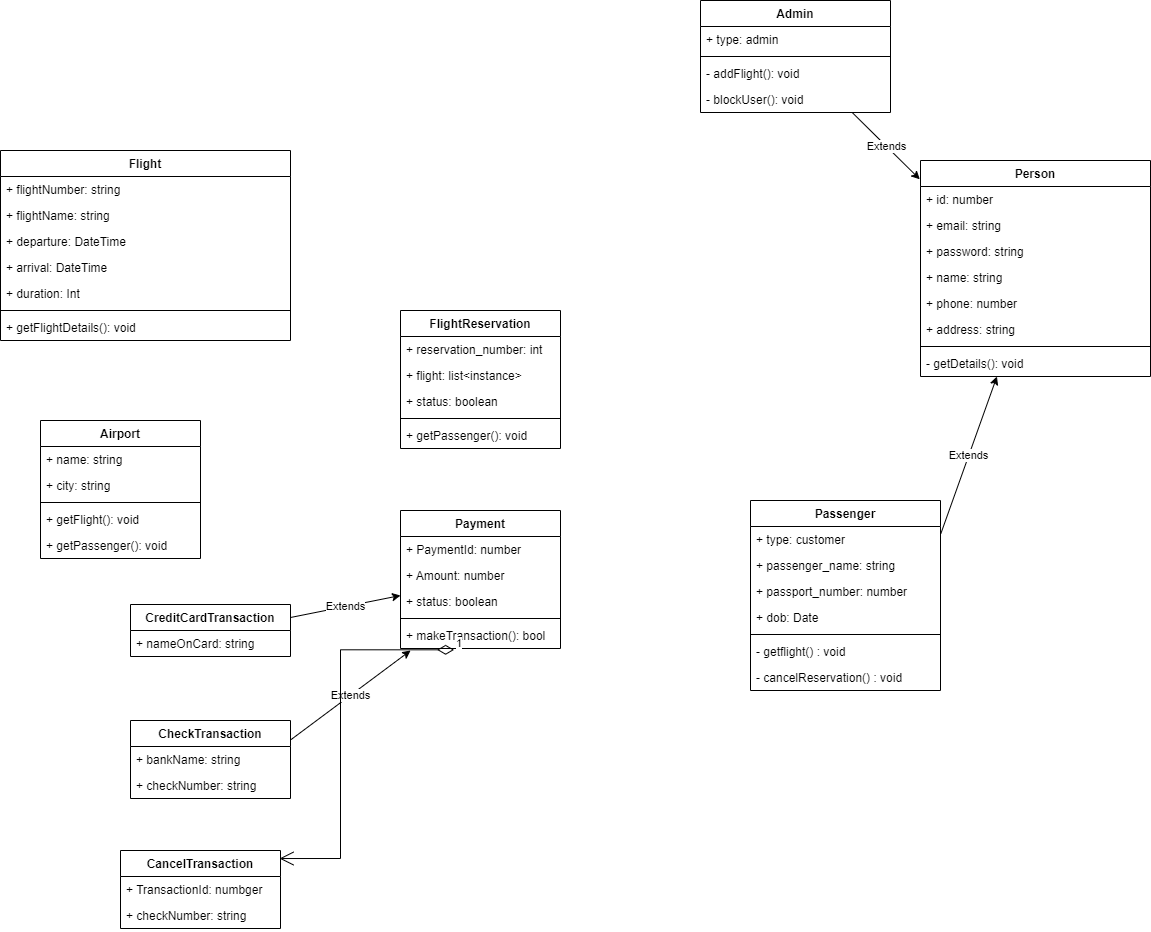
This is Java Core 11/AirlineReservationSystem.drawio.drawio.png from Ayu-Github07/Assignments, a draw.io export, as it was before one commit. Source tidied: cells renumbered, new cells last; positions are measured from the earlier drawing's top-left corner, leaving out a move shared by most shapes.
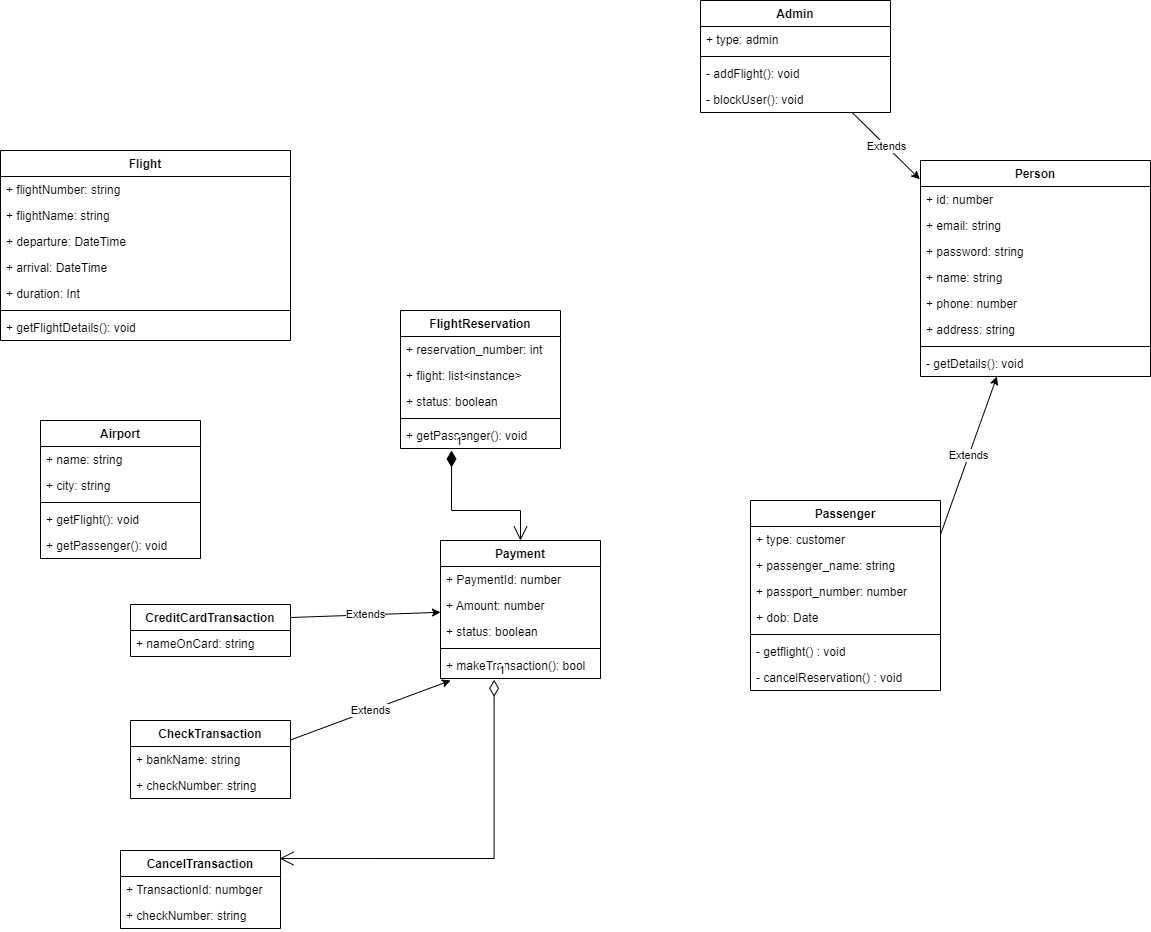
After the commit.

The edit, as a diff of the source:
```diff
@@ -135,7 +135,7 @@
       <mxGeometry y="112" width="160" height="26" as="geometry" />
     </mxCell>
     <mxCell id="46" value="Payment" style="swimlane;fontStyle=1;align=center;verticalAlign=top;horizontal=1;startSize=26;" parent="1" vertex="1">
-      <mxGeometry x="400" y="510" width="160" height="138" as="geometry" />
+      <mxGeometry x="440" y="540" width="160" height="138" as="geometry" />
     </mxCell>
     <mxCell id="47" value="+ PaymentId: number" style="text;strokeColor=none;fillColor=none;align=left;verticalAlign=top;spacingLeft=4;spacingRight=4;overflow=hidden;" parent="46" vertex="1">
       <mxGeometry y="26" width="160" height="26" as="geometry" />
@@ -183,7 +183,18 @@
       <mxGeometry relative="1" as="geometry" />
     </mxCell>
     <mxCell id="62" value="1" style="endArrow=open;html=1;endSize=12;startArrow=diamondThin;startSize=14;startFill=0;edgeStyle=orthogonalEdgeStyle;align=left;verticalAlign=bottom;rounded=0;entryX=0.994;entryY=0.103;entryDx=0;entryDy=0;entryPerimeter=0;exitX=0.335;exitY=1.051;exitDx=0;exitDy=0;exitPerimeter=0;" parent="1" edge="1" source="51" target="57">
-      <mxGeometry x="-1" y="3" relative="1" as="geometry" />
+      <mxGeometry x="-1" y="3" relative="1" as="geometry">
+        <Array as="points">
+          <mxPoint x="494" y="858" />
+        </Array>
+      </mxGeometry>
     </mxCell>
+    <mxCell id="63" value="1" style="endArrow=open;html=1;endSize=12;startArrow=diamondThin;startSize=14;startFill=1;edgeStyle=orthogonalEdgeStyle;align=left;verticalAlign=bottom;rounded=0;exitX=0.319;exitY=1.077;exitDx=0;exitDy=0;exitPerimeter=0;entryX=0.5;entryY=0;entryDx=0;entryDy=0;" parent="1" edge="1" source="45" target="46">
+      <mxGeometry x="-1" y="3" relative="1" as="geometry">
+        <Array as="points">
+          <mxPoint x="451" y="510" />
+        </Array>
+      </mxGeometry>
+    </mxCell>
   </root>
 </mxGraphModel>
```
